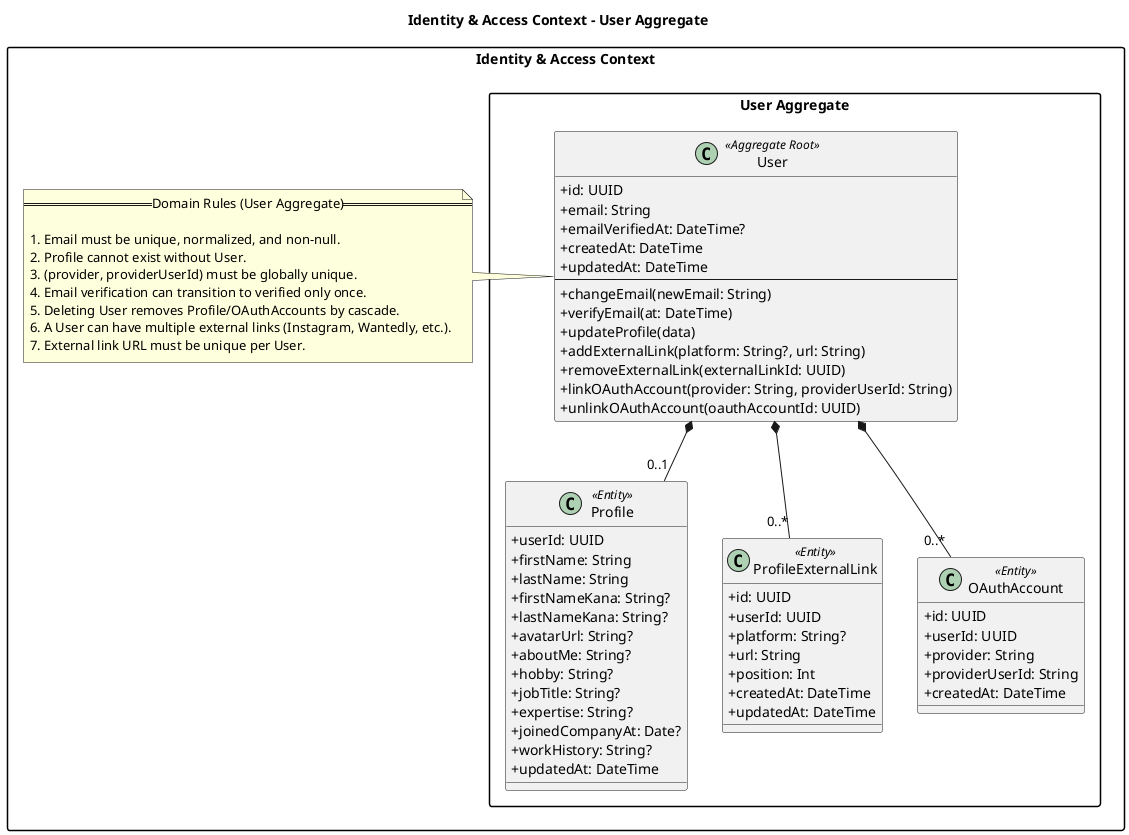
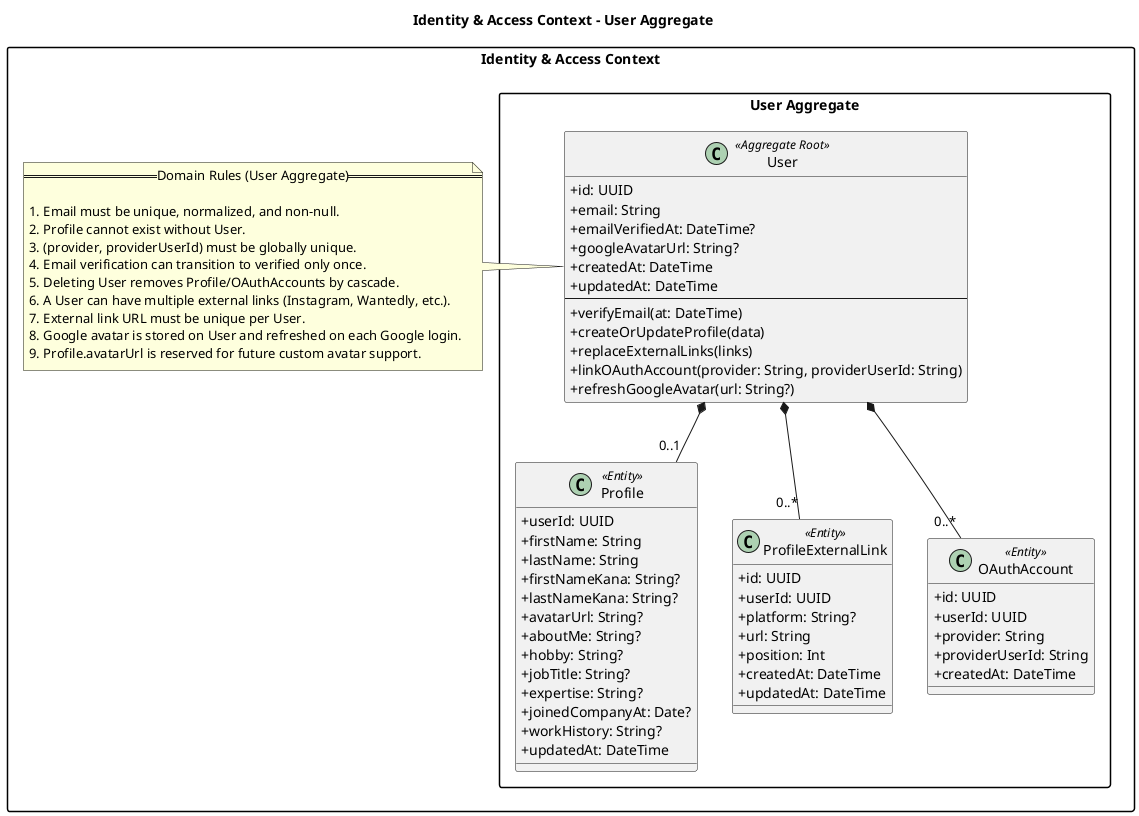
@startuml
title Identity & Access Context - User Aggregate

skinparam packageStyle rectangle
skinparam shadowing false
skinparam classAttributeIconSize 0

package "Identity & Access Context" {

  package "User Aggregate" {

    class User <<Aggregate Root>> {
      +id: UUID
      +email: String
      +emailVerifiedAt: DateTime?
+       +googleAvatarUrl: String?
      +createdAt: DateTime
      +updatedAt: DateTime
      --
-       +changeEmail(newEmail: String)
      +verifyEmail(at: DateTime)
-       +updateProfile(data)
-       +addExternalLink(platform: String?, url: String)
-       +removeExternalLink(externalLinkId: UUID)
+       +createOrUpdateProfile(data)
+       +replaceExternalLinks(links)
      +linkOAuthAccount(provider: String, providerUserId: String)
-       +unlinkOAuthAccount(oauthAccountId: UUID)
+       +refreshGoogleAvatar(url: String?)
    }

    class Profile <<Entity>> {
      +userId: UUID
      +firstName: String
      +lastName: String
      +firstNameKana: String?
      +lastNameKana: String?
      +avatarUrl: String?
      +aboutMe: String?
      +hobby: String?
      +jobTitle: String?
      +expertise: String?
      +joinedCompanyAt: Date?
      +workHistory: String?
      +updatedAt: DateTime
    }

    class ProfileExternalLink <<Entity>> {
      +id: UUID
      +userId: UUID
      +platform: String?
      +url: String
      +position: Int
      +createdAt: DateTime
      +updatedAt: DateTime
    }

    class OAuthAccount <<Entity>> {
      +id: UUID
      +userId: UUID
      +provider: String
      +providerUserId: String
      +createdAt: DateTime
    }

    User *-- "0..1" Profile
    User *-- "0..*" ProfileExternalLink
    User *-- "0..*" OAuthAccount
  }

  note right of User
  == Domain Rules (User Aggregate) ==

  1. Email must be unique, normalized, and non-null.
  2. Profile cannot exist without User.
  3. (provider, providerUserId) must be globally unique.
  4. Email verification can transition to verified only once.
  5. Deleting User removes Profile/OAuthAccounts by cascade.
  6. A User can have multiple external links (Instagram, Wantedly, etc.).
  7. External link URL must be unique per User.
+   8. Google avatar is stored on User and refreshed on each Google login.
+   9. Profile.avatarUrl is reserved for future custom avatar support.
  end note

}

@enduml